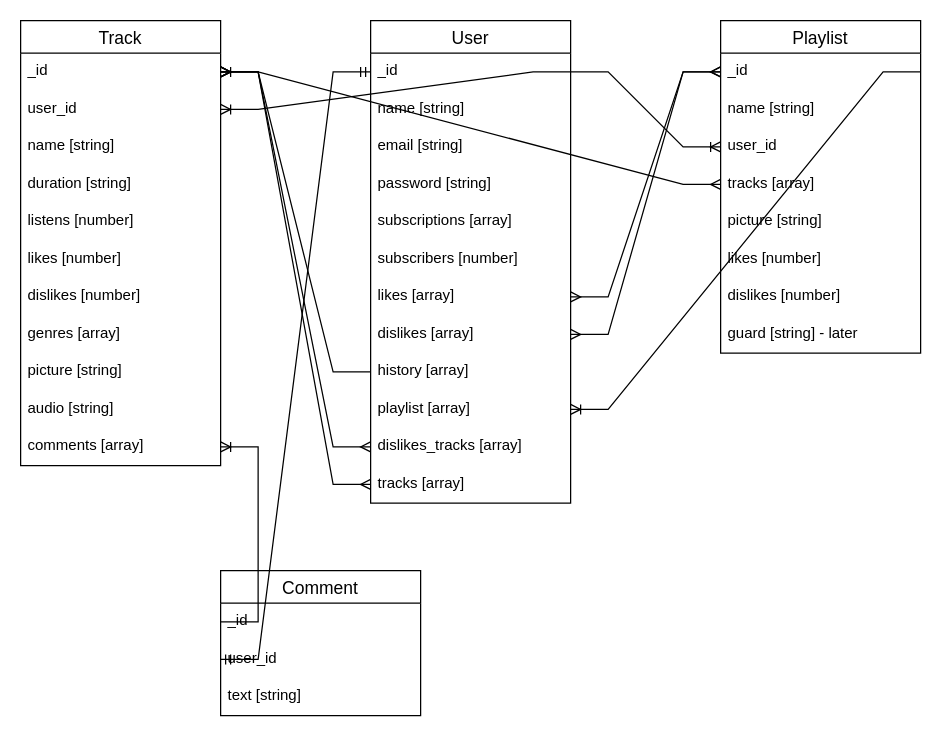
The draw.io diagram schemas/betify.drawio in tusvel/betify_backend, before the edit. Source tidied: cells renumbered, new cells numbered last; positions are measured from the earlier drawing's top-left corner, leaving out a move shared by most shapes. Both pictures are drawn from the tidied source at 125%, with x=0, y=0 at pixel (20, 20).
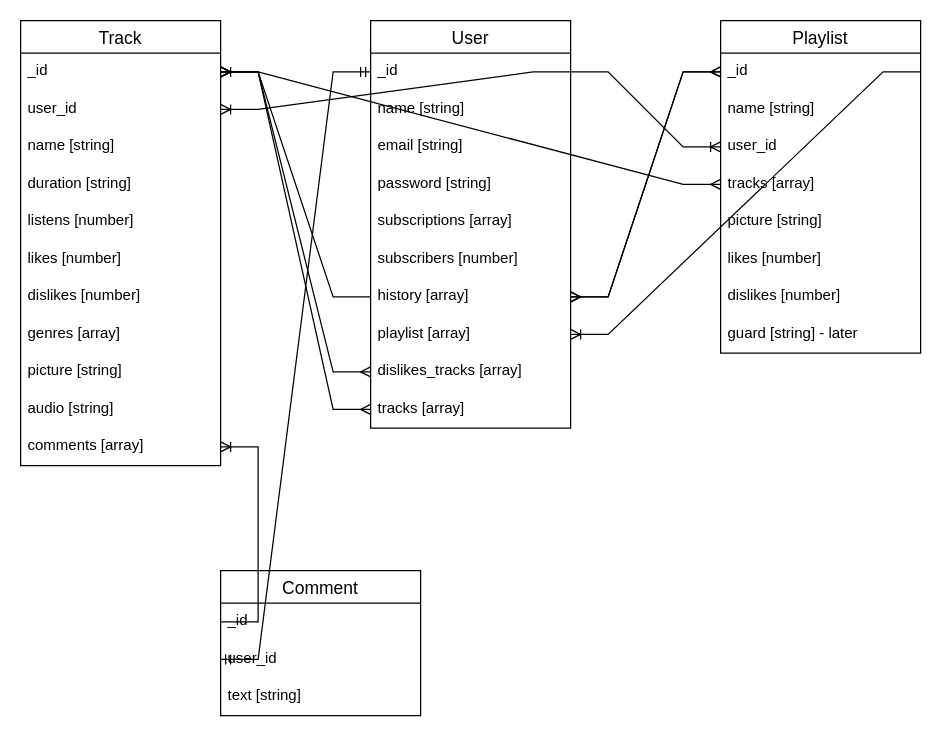
The same diagram, later.

Unchanged cells that the change refers to:
```xml
<mxCell id="32" value="_id" style="text;strokeColor=none;fillColor=none;spacingLeft=4;spacingRight=4;overflow=hidden;points=[[0,0.5],[1,0.5]];portConstraint=eastwest;fontSize=12;" parent="31" vertex="1">
  <mxGeometry y="26" width="160" height="30" as="geometry" />
</mxCell>
```

Diff of the diagram source:
```diff
@@
     <mxCell id="18" value="User" style="swimlane;fontStyle=0;horizontal=1;startSize=26;align=center;fontSize=14;" parent="1" vertex="1">
-      <mxGeometry x="280" width="160" height="386" as="geometry" />
+      <mxGeometry x="280" width="160" height="326" as="geometry" />
     </mxCell>
@@
-    <mxCell id="25" value="likes [array]" style="text;strokeColor=none;fillColor=none;spacingLeft=4;spacingRight=4;overflow=hidden;points=[[0,0.5],[1,0.5]];portConstraint=eastwest;fontSize=12;" parent="18" vertex="1">
-      <mxGeometry y="206" width="160" height="30" as="geometry" />
-    </mxCell>
-    <mxCell id="26" value="dislikes [array]" style="text;strokeColor=none;fillColor=none;spacingLeft=4;spacingRight=4;overflow=hidden;points=[[0,0.5],[1,0.5]];portConstraint=eastwest;fontSize=12;" parent="18" vertex="1">
-      <mxGeometry y="236" width="160" height="30" as="geometry" />
-    </mxCell>
     <mxCell id="27" value="history [array]" style="text;strokeColor=none;fillColor=none;spacingLeft=4;spacingRight=4;overflow=hidden;points=[[0,0.5],[1,0.5]];portConstraint=eastwest;fontSize=12;" parent="18" vertex="1">
-      <mxGeometry y="266" width="160" height="30" as="geometry" />
+      <mxGeometry y="206" width="160" height="30" as="geometry" />
     </mxCell>
     <mxCell id="28" value="playlist [array]" style="text;strokeColor=none;fillColor=none;spacingLeft=4;spacingRight=4;overflow=hidden;points=[[0,0.5],[1,0.5]];portConstraint=eastwest;fontSize=12;" parent="18" vertex="1">
-      <mxGeometry y="296" width="160" height="30" as="geometry" />
+      <mxGeometry y="236" width="160" height="30" as="geometry" />
     </mxCell>
     <mxCell id="29" value="dislikes_tracks [array]" style="text;strokeColor=none;fillColor=none;spacingLeft=4;spacingRight=4;overflow=hidden;points=[[0,0.5],[1,0.5]];portConstraint=eastwest;fontSize=12;" parent="18" vertex="1">
-      <mxGeometry y="326" width="160" height="30" as="geometry" />
+      <mxGeometry y="266" width="160" height="30" as="geometry" />
     </mxCell>
     <mxCell id="30" value="tracks [array]" style="text;strokeColor=none;fillColor=none;spacingLeft=4;spacingRight=4;overflow=hidden;points=[[0,0.5],[1,0.5]];portConstraint=eastwest;fontSize=12;" parent="18" vertex="1">
-      <mxGeometry y="356" width="160" height="30" as="geometry" />
+      <mxGeometry y="296" width="160" height="30" as="geometry" />
     </mxCell>
@@
-    <mxCell id="42" style="edgeStyle=entityRelationEdgeStyle;fontSize=12;html=1;endArrow=ERmany;startArrow=ERmany;rounded=0;entryX=0;entryY=0.5;entryDx=0;entryDy=0;exitX=1;exitY=0.5;exitDx=0;exitDy=0;" parent="1" edge="1" source="25" target="32">
-      <mxGeometry relative="1" as="geometry" />
+    <mxCell id="42" style="edgeStyle=entityRelationEdgeStyle;fontSize=12;html=1;endArrow=ERmany;startArrow=ERmany;rounded=0;entryX=0;entryY=0.5;entryDx=0;entryDy=0;exitX=1;exitY=0.5;exitDx=0;exitDy=0;" parent="1" edge="1" target="32">
+      <mxGeometry relative="1" as="geometry">
+        <mxPoint x="440" y="221" as="sourcePoint" />
+      </mxGeometry>
     </mxCell>
-    <mxCell id="43" style="edgeStyle=entityRelationEdgeStyle;fontSize=12;html=1;endArrow=ERmany;startArrow=ERmany;rounded=0;entryX=0;entryY=0.5;entryDx=0;entryDy=0;exitX=1;exitY=0.5;exitDx=0;exitDy=0;" parent="1" edge="1" source="26" target="32">
-      <mxGeometry relative="1" as="geometry" />
+    <mxCell id="43" style="edgeStyle=entityRelationEdgeStyle;fontSize=12;html=1;endArrow=ERmany;startArrow=ERmany;rounded=0;entryX=0;entryY=0.5;entryDx=0;entryDy=0;exitX=1;exitY=0.5;exitDx=0;exitDy=0;" parent="1" edge="1" target="32">
+      <mxGeometry relative="1" as="geometry">
+        <mxPoint x="440" y="221" as="sourcePoint" />
+      </mxGeometry>
     </mxCell>
```
